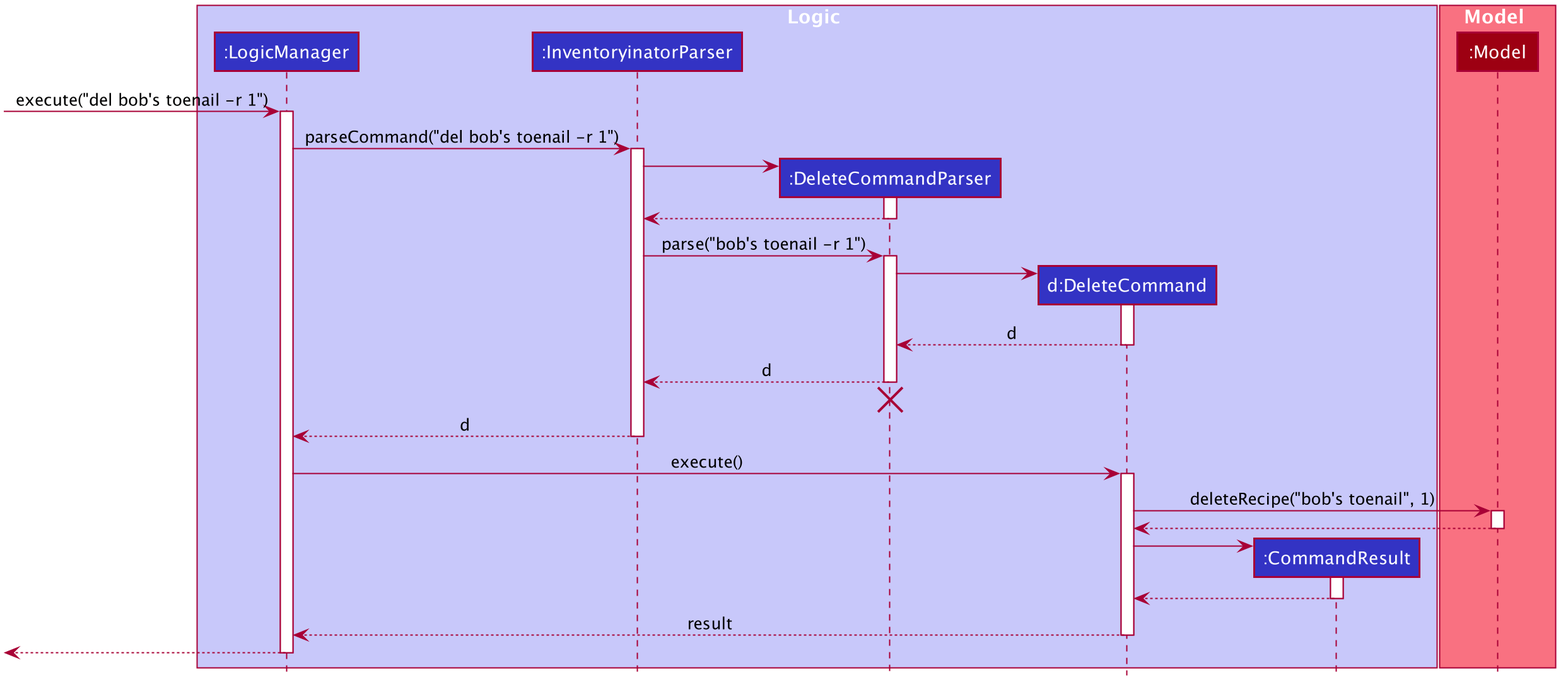
This is docs/images/commandseqdiagrams/DeleteRecipeSequenceDiagram.png from nus-cs2103-AY2021S1/tp, a PlantUML export, as it was before one commit. Its diagram source:
```plantuml
@startuml








skinparam BackgroundColor #FFFFFFF

skinparam Shadowing false

skinparam Class {
    FontColor #FFFFFF
    BorderThickness 1
    BorderColor #FFFFFF
    StereotypeFontColor #FFFFFF
    FontName Arial
}

skinparam Actor {
    BorderColor #000000
    Color #000000
    FontName Arial
}

skinparam Sequence {
    MessageAlign center
    BoxFontSize 15
    BoxPadding 0
    BoxFontColor #FFFFFF
    FontName Arial
}

skinparam Participant {
    FontColor #FFFFFFF
    Padding 20
}

skinparam MinClassWidth 50
skinparam ParticipantPadding 10
skinparam Shadowing false
skinparam DefaultTextAlignment center
skinparam packageStyle Rectangle

hide footbox
hide members
hide circle

box Logic #C8C8FA
participant ":LogicManager" as LogicManager #3333C4
participant ":InventoryinatorParser" as InventoryinatorParser #3333C4
participant ":DeleteCommandParser" as DeleteCommandParser #3333C4
participant "d:DeleteCommand" as DeleteCommand #3333C4
participant ":CommandResult" as CommandResult #3333C4
end box

box Model #F97181
participant ":Model" as Model #9D0012
end box

[-> LogicManager : execute("del bob's toenail -r 1")
activate LogicManager

LogicManager -> InventoryinatorParser : parseCommand("del bob's toenail -r 1")
activate InventoryinatorParser

create DeleteCommandParser
InventoryinatorParser -> DeleteCommandParser
activate DeleteCommandParser

DeleteCommandParser --> InventoryinatorParser
deactivate DeleteCommandParser

InventoryinatorParser -> DeleteCommandParser : parse("bob's toenail -r 1")
activate DeleteCommandParser

create DeleteCommand
DeleteCommandParser -> DeleteCommand
activate DeleteCommand

DeleteCommand --> DeleteCommandParser : d
deactivate DeleteCommand

DeleteCommandParser --> InventoryinatorParser : d
deactivate DeleteCommandParser
DeleteCommandParser -[hidden]-> InventoryinatorParser
destroy DeleteCommandParser

InventoryinatorParser --> LogicManager : d
deactivate InventoryinatorParser

LogicManager -> DeleteCommand : execute()
activate DeleteCommand

DeleteCommand -> Model : deleteRecipe("bob's toenail", 1)
activate Model

Model --> DeleteCommand
deactivate Model

create CommandResult
DeleteCommand -> CommandResult
activate CommandResult

CommandResult --> DeleteCommand
deactivate CommandResult

DeleteCommand --> LogicManager : result
deactivate DeleteCommand

[<--LogicManager
deactivate LogicManager
@enduml
```
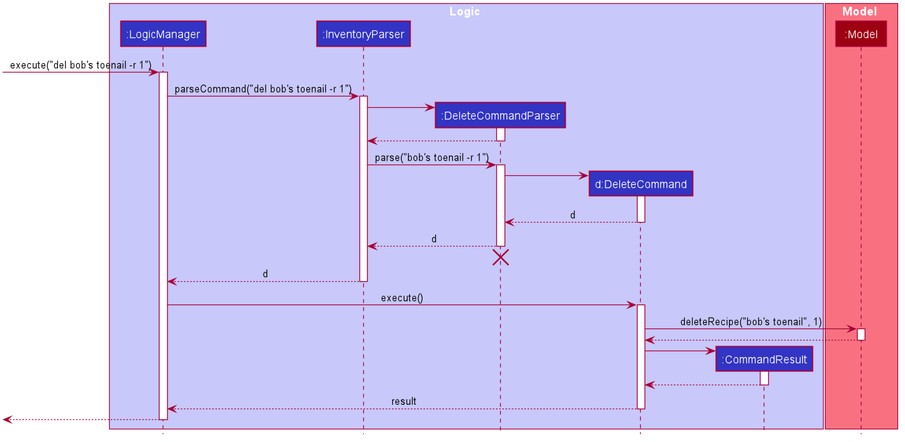
After the commit.

Diff of the diagram source:
```diff
@@ -50,7 +50,7 @@
 
 box Logic #C8C8FA
 participant ":LogicManager" as LogicManager #3333C4
-participant ":InventoryinatorParser" as InventoryinatorParser #3333C4
+participant ":InventoryParser" as InventoryParser #3333C4
 participant ":DeleteCommandParser" as DeleteCommandParser #3333C4
 participant "d:DeleteCommand" as DeleteCommand #3333C4
 participant ":CommandResult" as CommandResult #3333C4
@@ -63,17 +63,17 @@
 [-> LogicManager : execute("del bob's toenail -r 1")
 activate LogicManager
 
-LogicManager -> InventoryinatorParser : parseCommand("del bob's toenail -r 1")
-activate InventoryinatorParser
+LogicManager -> InventoryParser : parseCommand("del bob's toenail -r 1")
+activate InventoryParser
 
 create DeleteCommandParser
-InventoryinatorParser -> DeleteCommandParser
+InventoryParser -> DeleteCommandParser
 activate DeleteCommandParser
 
-DeleteCommandParser --> InventoryinatorParser
+DeleteCommandParser --> InventoryParser
 deactivate DeleteCommandParser
 
-InventoryinatorParser -> DeleteCommandParser : parse("bob's toenail -r 1")
+InventoryParser -> DeleteCommandParser : parse("bob's toenail -r 1")
 activate DeleteCommandParser
 
 create DeleteCommand
@@ -83,13 +83,13 @@
 DeleteCommand --> DeleteCommandParser : d
 deactivate DeleteCommand
 
-DeleteCommandParser --> InventoryinatorParser : d
+DeleteCommandParser --> InventoryParser : d
 deactivate DeleteCommandParser
-DeleteCommandParser -[hidden]-> InventoryinatorParser
+DeleteCommandParser -[hidden]-> InventoryParser
 destroy DeleteCommandParser
 
-InventoryinatorParser --> LogicManager : d
-deactivate InventoryinatorParser
+InventoryParser --> LogicManager : d
+deactivate InventoryParser
 
 LogicManager -> DeleteCommand : execute()
 activate DeleteCommand
```
